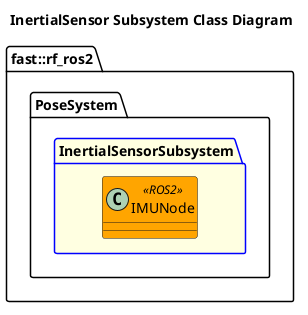
Earlier version of the PlantUML export Systems/Pose/Subsystems/InertialSensor/doc/puml/InertialSensorSubsystemClassDiagram.png (fastrobotics/robot_framework_ros2).
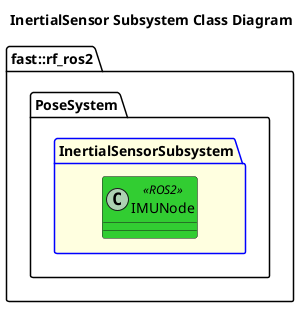
After the change.

Diff of the diagram source:
```diff
@@ -4,7 +4,7 @@
 namespace fast::rf_ros2 {
     namespace PoseSystem {
         package InertialSensorSubsystem #LightYellow;line:blue {
-		    class IMUNode <<ROS2>> #Orange {
+		    class IMUNode <<ROS2>> #LimeGreen {
 
             }
         }
```
